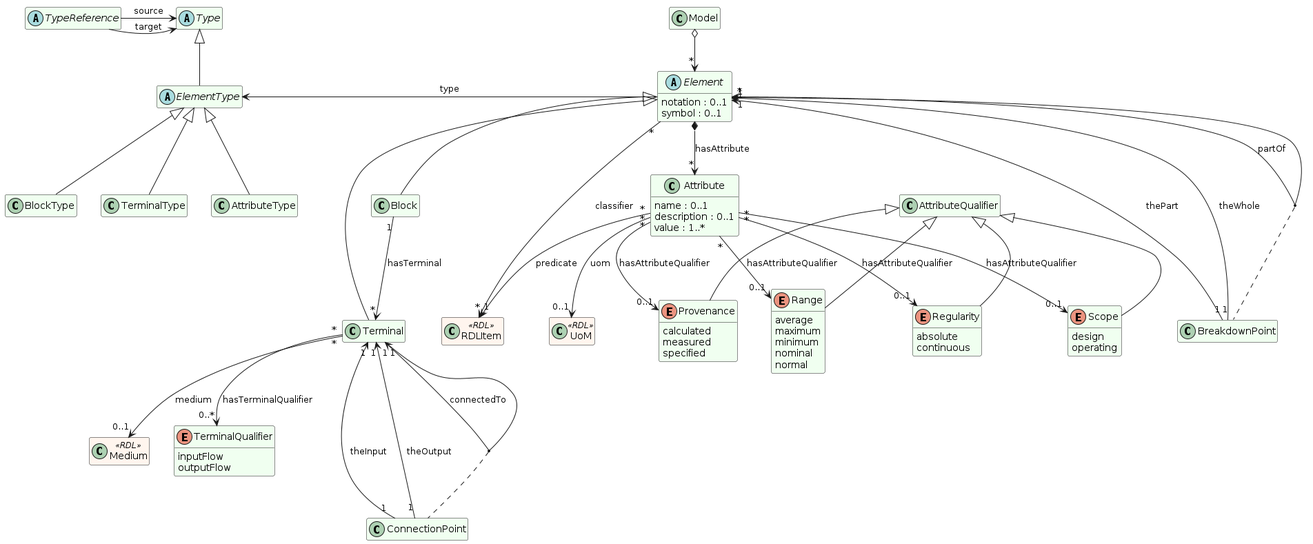
Before: out/owl/imf-ontology.png, a diagram exported from PlantUML (imf-lab/imf-ontology-semweb).
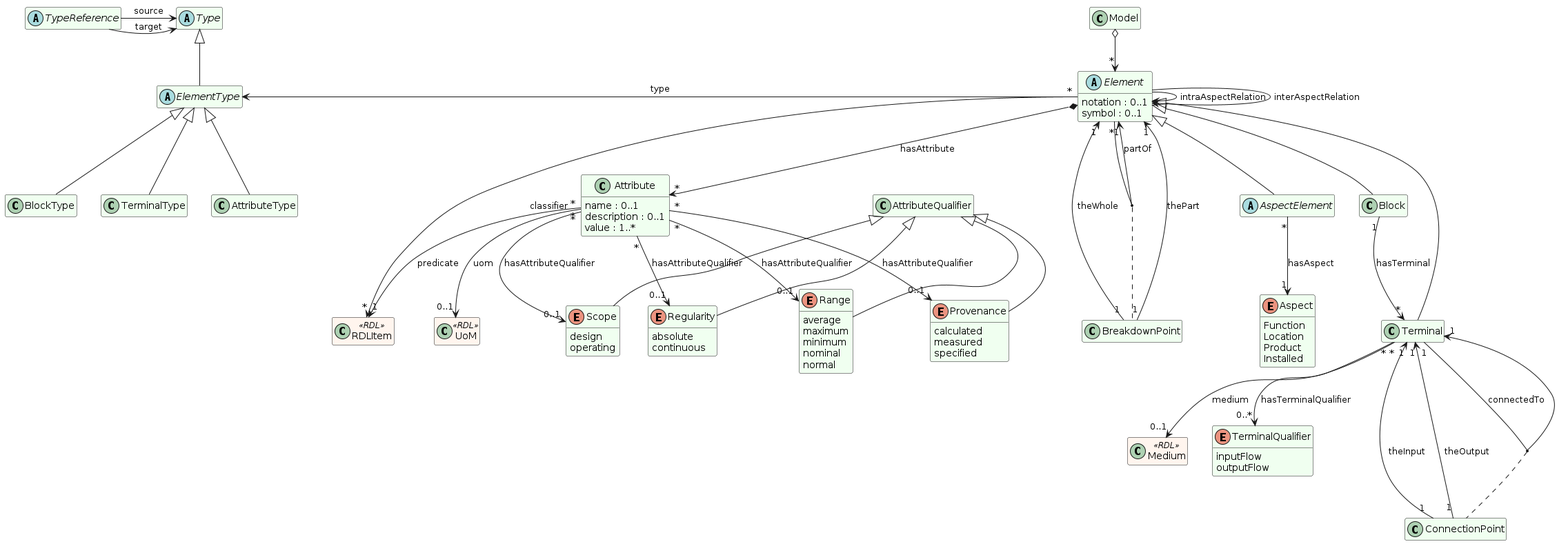
After the commit.

Commit message:
Including Aspect in overview diagram.

Diff of the diagram source:
```diff
@@ -24,7 +24,32 @@
 
 Model o--> "*" Element
 
+hide empty members
 
+skinparam class {
+ BackgroundColor HoneyDew
+ BackgroundColor<< RDL >> SeaShell
+ BackgroundColor<< Type >> LightCyan
+}
+
+
+
+abstract class AspectElement
+abstract class Element
+
+Element <|-- AspectElement
+
+enum Aspect {
+  Function
+  Location
+  Product
+  Installed
+}
+
+AspectElement "*" --> "1" Aspect : hasAspect
+
+Element --> Element : intraAspectRelation
+Element --> Element : interAspectRelation
 
 hide empty members
 
```
